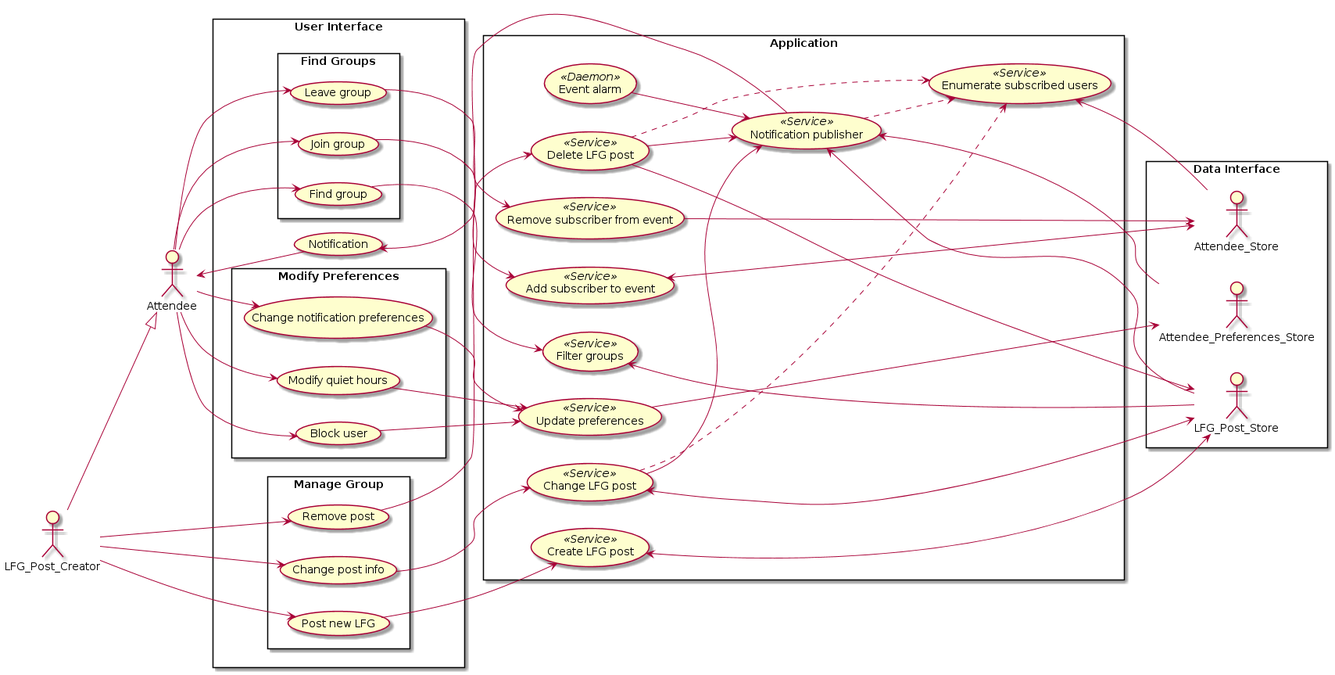
Before: matchmaker/usecase.png, a diagram exported from PlantUML (jse13/UML).
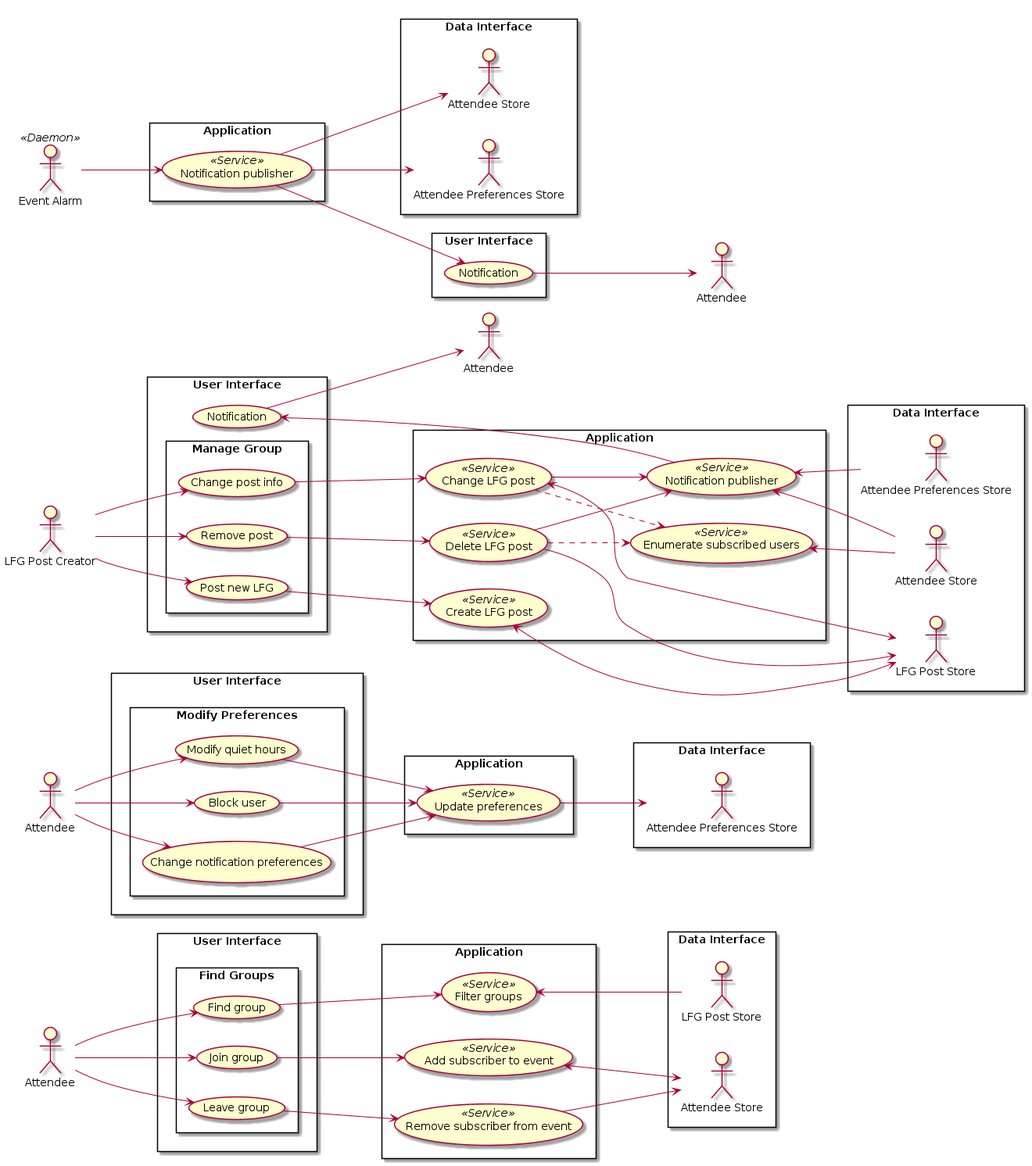
The same diagram one commit later.

Commit message:
decompose individual use cases

The edit, as a diff of the source:
```diff
@@ -1,86 +1,124 @@
 @startuml
-
 left to right direction
 skinparam packageStyle rectangle
 
-actor Attendee
-actor LFG_Post_Creator
-LFG_Post_Creator -down-|> Attendee
+:Attendee: as attendee_find_groups
 
-rectangle "Data Interface" {
-	actor Attendee_Store
-	actor Attendee_Preferences_Store
-	actor LFG_Post_Store
+rectangle "Data Interface" as finding_group_data_interface {
+	:LFG Post Store: as finding_group_post_store
+	:Attendee Store: as finding_group_attendee_store
 }
 
-
-rectangle "User Interface" {
+rectangle "User Interface" as finding_group_UI {
 	rectangle "Find Groups" {
-		Attendee --> (Find group)
-		Attendee --> (Join group)
-		Attendee --> (Leave group)
-	}
-	rectangle "Modify Preferences" {
-		Attendee --> (Modify quiet hours)
-		Attendee --> (Change notification preferences)
-		Attendee --> (Block user)
-	}
-
-	(Notification) --> Attendee
-
-	rectangle "Manage Group" {
-		LFG_Post_Creator --> (Post new LFG)
-		LFG_Post_Creator --> (Remove post)
-		LFG_Post_Creator --> (Change post info)
+		attendee_find_groups --> (Find group)
+		attendee_find_groups --> (Join group)
+		attendee_find_groups --> (Leave group)
 	}
 }
-rectangle Application {
-	(Filter groups) << Service >>
-	(Find group) --> (Filter groups)
-	(Filter groups) <-- LFG_Post_Store
+
+rectangle "Application" as finding_group_application {
+	(Filter groups) << Service >> as finding_group_filter_groups
+	(Find group) --> (finding_group_filter_groups)
+	(finding_group_filter_groups) <-- finding_group_post_store
 
 	(Add subscriber to event) << Service >>
 	(Join group) --> (Add subscriber to event)
-	(Add subscriber to event) <-> Attendee_Store
+	(Add subscriber to event) <-> finding_group_attendee_store
 
 	(Remove subscriber from event) << Service >>
 	(Leave group) --> (Remove subscriber from event)
-	(Remove subscriber from event) --> Attendee_Store
+	(Remove subscriber from event) --> finding_group_attendee_store
 
+}
+
+:Attendee: as attendee_modify_preferences
+
+rectangle "Data Interface" as modify_preferences_data_interface {
+	:Attendee Preferences Store: as modify_preferences_attendee_preferences_store
+}
+
+rectangle "User Interface" as modify_preferences_UI {
+	rectangle "Modify Preferences" {
+		attendee_modify_preferences --> (Modify quiet hours)
+		attendee_modify_preferences --> (Change notification preferences)
+		attendee_modify_preferences --> (Block user)
+	}
+}
+
+rectangle "Application" as modify_preferences_application {
 	(Modify quiet hours) --> (Update preferences)
 	(Block user) --> (Update preferences)
 	(Change notification preferences) -> (Update preferences)
 	(Update preferences) << Service >>
-	(Update preferences) --> Attendee_Preferences_Store
+	(Update preferences) --> modify_preferences_attendee_preferences_store
 
-	(Notification publisher) << Service >>
-	(Notification publisher) --> (Notification)
-	(Notification publisher) <-- Attendee_Preferences_Store
-	(Notification publisher) <-- LFG_Post_Store
-	(Notification publisher) .>(Enumerate subscribed users)
+}
 
-	(Event alarm) << Daemon >>
-	(Event alarm) --> (Notification publisher)
+:LFG Post Creator: as post_creator
+:Attendee: as manage_group_attendee
 
-	(Enumerate subscribed users) << Service >>
-	(Enumerate subscribed users) <-- Attendee_Store
+rectangle "Data Interface" as manage_group_data_interface {
+	:LFG Post Store: as manage_group_LFG_post_store
+	:Attendee Store: as manage_group_attendee_store
+	:Attendee Preferences Store: as manage_group_attendee_preferences_store
+}
 
+rectangle "User Interface" as manage_group_UI {
+	rectangle "Manage Group" {
+		post_creator --> (Post new LFG)
+		post_creator --> (Remove post)
+		post_creator --> (Change post info)
+	}
+	(Notification) as manage_group_notification
+	manage_group_notification -> manage_group_attendee
+}
 
+rectangle "Application" as manage_group_application {
 	(Create LFG post) << Service >>
 	(Post new LFG) --> (Create LFG post)
-	(Create LFG post) <-> LFG_Post_Store
+	(Create LFG post) <-> manage_group_LFG_post_store
 
 	(Delete LFG post) << Service >>
 	(Remove post) --> (Delete LFG post)
-	(Delete LFG post) --> LFG_Post_Store
-	(Delete LFG post) .> (Enumerate subscribed users)
-	(Delete LFG post) --> (Notification publisher)
+	(Delete LFG post) --> manage_group_LFG_post_store
+	(Enumerate subscribed users) << Service >> as manage_group_enumerate_subscribed_users
+	(Delete LFG post) .> (manage_group_enumerate_subscribed_users)
+	(Notification publisher) << Service >> as manage_group_notification_publisher
+	(Delete LFG post) --> (manage_group_notification_publisher)
+	(manage_group_notification_publisher) <-- manage_group_attendee_store
+	(manage_group_notification_publisher) <-- manage_group_attendee_preferences_store
+	(manage_group_notification_publisher) --> manage_group_notification
 
 	(Change LFG post) << Service >>
 	(Change post info) --> (Change LFG post)
-	(Change LFG post) <--> LFG_Post_Store
-	(Change LFG post) .> (Enumerate subscribed users)
-	(Change LFG post) --> (Notification publisher)
+	(Change LFG post) <--> manage_group_LFG_post_store
+	(Change LFG post) .> (manage_group_enumerate_subscribed_users)
+	(Change LFG post) --> (manage_group_notification_publisher)
+
+	(manage_group_enumerate_subscribed_users) <-- manage_group_attendee_store
+}
+
+:Attendee: as event_alarm_attendee
+:Event Alarm: << Daemon >>
+
+rectangle "Data Interface" as event_alarm_data_interface {
+	:Attendee Store: as event_alarm_attendee_store
+	:Attendee Preferences Store: as event_alarm_attendee_preferences_store
+}
+
+rectangle "User Interface" as event_alarm_UI {
+	(Notification) as event_alarm_notification
+	event_alarm_notification -> event_alarm_attendee
+}
+
+rectangle "Application" as event_alarm_application {
+	(Notification publisher) << Service >> as event_alarm_notification_publisher
+	event_alarm_notification_publisher --> event_alarm_attendee_store
+	event_alarm_notification_publisher --> event_alarm_attendee_preferences_store
+
+	:Event Alarm: --> event_alarm_notification_publisher
+	event_alarm_notification_publisher --> event_alarm_notification
 }
 
 @enduml
```
